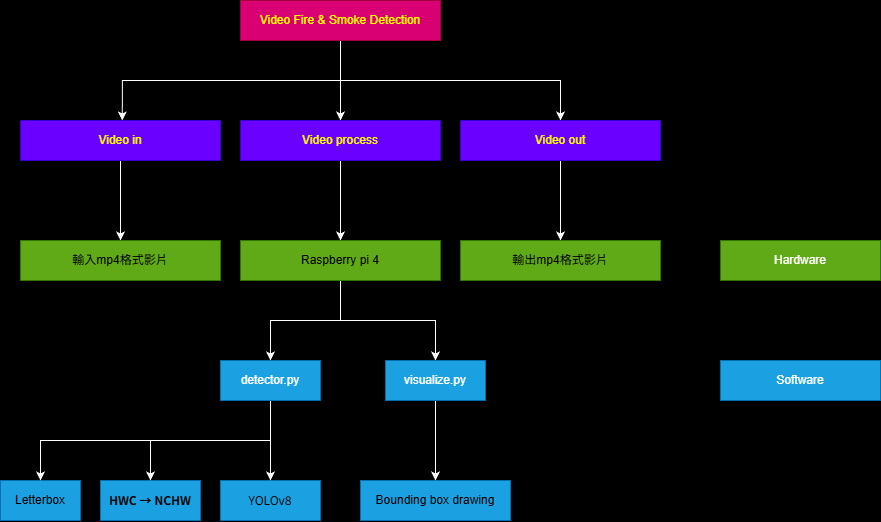
Above: 1/img/Breakdown.png in gordonpow/-Embedded-image-processing (draw.io), before the change. Source tidied: cells renumbered, new cells last; positions are measured from the earlier drawing's top-left corner, leaving out a move shared by most shapes. The source it was exported from:
```xml
<mxGraphModel background="#000000">
  <root>
    <mxCell id="0" />
    <mxCell id="1" parent="0" />
    <mxCell id="2" style="edgeStyle=orthogonalEdgeStyle;html=1;exitX=0.5;exitY=1;exitDx=0;exitDy=0;fontColor=#FFFFFF;strokeColor=#FFFFFF;rounded=0;" parent="1" edge="1" source="5" target="9">
      <mxGeometry relative="1" as="geometry" />
    </mxCell>
    <mxCell id="3" style="edgeStyle=orthogonalEdgeStyle;html=1;entryX=0.509;entryY=0.001;entryDx=0;entryDy=0;entryPerimeter=0;fontColor=#FFFFFF;strokeColor=#FFFFFF;rounded=0;" parent="1" edge="1" target="7">
      <mxGeometry relative="1" as="geometry">
        <mxPoint x="340" y="40" as="sourcePoint" />
        <Array as="points">
          <mxPoint x="340" y="80" />
          <mxPoint x="122" y="80" />
        </Array>
      </mxGeometry>
    </mxCell>
    <mxCell id="4" style="edgeStyle=orthogonalEdgeStyle;html=1;exitX=0.5;exitY=1;exitDx=0;exitDy=0;entryX=0.5;entryY=0;entryDx=0;entryDy=0;fontColor=#FFFFFF;strokeColor=#FFFFFF;rounded=0;" parent="1" edge="1" source="5" target="11">
      <mxGeometry relative="1" as="geometry" />
    </mxCell>
    <mxCell id="5" value="&lt;font color=&quot;#ffff00&quot;&gt;Video Fire &amp;amp; Smoke Detection&lt;/font&gt;" style="whiteSpace=wrap;fontColor=#ffffff;html=1;fillColor=#d80073;strokeColor=#A50040;" parent="1" vertex="1">
      <mxGeometry x="240" width="200" height="40" as="geometry" />
    </mxCell>
    <mxCell id="6" style="edgeStyle=orthogonalEdgeStyle;html=1;exitX=0.5;exitY=1;exitDx=0;exitDy=0;entryX=0.5;entryY=0;entryDx=0;entryDy=0;fontColor=#FFFFFF;strokeColor=#FFFFFF;rounded=0;" parent="1" edge="1" source="7" target="12">
      <mxGeometry relative="1" as="geometry" />
    </mxCell>
    <mxCell id="7" value="&lt;font color=&quot;#ffff00&quot;&gt;Video in&lt;br&gt;&lt;/font&gt;" style="whiteSpace=wrap;fontColor=#ffffff;html=1;fillColor=#6a00ff;strokeColor=#3700CC;" parent="1" vertex="1">
      <mxGeometry x="20" y="120" width="200" height="40" as="geometry" />
    </mxCell>
    <mxCell id="8" style="edgeStyle=orthogonalEdgeStyle;html=1;exitX=0.5;exitY=1;exitDx=0;exitDy=0;entryX=0.5;entryY=0;entryDx=0;entryDy=0;fontColor=#FFFFFF;strokeColor=#FFFFFF;rounded=0;" parent="1" edge="1" source="9" target="16">
      <mxGeometry relative="1" as="geometry" />
    </mxCell>
    <mxCell id="9" value="&lt;font color=&quot;#ffff00&quot;&gt;Video process&lt;br&gt;&lt;/font&gt;" style="whiteSpace=wrap;fontColor=#ffffff;html=1;fillColor=#6a00ff;strokeColor=#3700CC;" parent="1" vertex="1">
      <mxGeometry x="240" y="120" width="200" height="40" as="geometry" />
    </mxCell>
    <mxCell id="10" style="edgeStyle=orthogonalEdgeStyle;html=1;exitX=0.5;exitY=1;exitDx=0;exitDy=0;entryX=0.5;entryY=0;entryDx=0;entryDy=0;fontColor=#FFFFFF;strokeColor=#FFFFFF;rounded=0;" parent="1" edge="1" source="11" target="13">
      <mxGeometry relative="1" as="geometry" />
    </mxCell>
    <mxCell id="11" value="&lt;font color=&quot;#ffff00&quot;&gt;Video out&lt;/font&gt;" style="whiteSpace=wrap;fontColor=#ffffff;html=1;fillColor=#6a00ff;strokeColor=#3700CC;" parent="1" vertex="1">
      <mxGeometry x="460" y="120" width="200" height="40" as="geometry" />
    </mxCell>
    <mxCell id="12" value="&lt;font&gt;輸入mp4格式影片&lt;br&gt;&lt;/font&gt;" style="whiteSpace=wrap;fontColor=default;html=1;fillColor=#60a917;strokeColor=#2D7600;" parent="1" vertex="1">
      <mxGeometry x="20" y="240" width="200" height="40" as="geometry" />
    </mxCell>
    <mxCell id="13" value="&lt;font&gt;輸出mp4格式影片&lt;br&gt;&lt;/font&gt;" style="whiteSpace=wrap;fontColor=default;html=1;fillColor=#60a917;strokeColor=#2D7600;" parent="1" vertex="1">
      <mxGeometry x="460" y="240" width="200" height="40" as="geometry" />
    </mxCell>
    <mxCell id="14" style="edgeStyle=orthogonalEdgeStyle;html=1;exitX=0.5;exitY=1;exitDx=0;exitDy=0;entryX=0.5;entryY=0;entryDx=0;entryDy=0;fontSize=12;fontColor=#FFFFFF;strokeColor=#FFFFFF;rounded=0;" parent="1" edge="1" source="16" target="24">
      <mxGeometry relative="1" as="geometry" />
    </mxCell>
    <mxCell id="15" style="edgeStyle=orthogonalEdgeStyle;html=1;exitX=0.5;exitY=1;exitDx=0;exitDy=0;entryX=0.5;entryY=0;entryDx=0;entryDy=0;fontSize=12;fontColor=#FFFFFF;strokeColor=#FFFFFF;rounded=0;" parent="1" edge="1" source="16" target="26">
      <mxGeometry relative="1" as="geometry" />
    </mxCell>
    <mxCell id="16" value="Raspberry pi 4" style="whiteSpace=wrap;fontColor=default;html=1;fillColor=#60a917;strokeColor=#2D7600;" parent="1" vertex="1">
      <mxGeometry x="240" y="240" width="200" height="40" as="geometry" />
    </mxCell>
    <mxCell id="17" value="Letterbox" style="whiteSpace=wrap;html=1;labelBackgroundColor=none;fontColor=default;fillColor=#1ba1e2;strokeColor=#006EAF;fontSize=12;" parent="1" vertex="1">
      <mxGeometry y="480" width="80" height="40" as="geometry" />
    </mxCell>
    <mxCell id="18" value="&lt;span style=&quot;box-sizing: border-box; margin: 0px; padding: 0px; --tw-border-spacing-x: 0; --tw-border-spacing-y: 0; --tw-translate-x: 0; --tw-translate-y: 0; --tw-rotate: 0; --tw-skew-x: 0; --tw-skew-y: 0; --tw-scale-x: 1; --tw-scale-y: 1; --tw-pan-x: ; --tw-pan-y: ; --tw-pinch-zoom: ; --tw-scroll-snap-strictness: proximity; --tw-gradient-from-position: ; --tw-gradient-via-position: ; --tw-gradient-to-position: ; --tw-ordinal: ; --tw-slashed-zero: ; --tw-numeric-figure: ; --tw-numeric-spacing: ; --tw-numeric-fraction: ; --tw-ring-inset: ; --tw-ring-offset-width: 0px; --tw-ring-offset-color: #fff; --tw-ring-color: rgb(59 130 246 / 0.5); --tw-ring-offset-shadow: 0 0 #0000; --tw-ring-shadow: 0 0 #0000; --tw-shadow: 0 0 #0000; --tw-shadow-colored: 0 0 #0000; --tw-blur: ; --tw-brightness: ; --tw-contrast: ; --tw-grayscale: ; --tw-hue-rotate: ; --tw-invert: ; --tw-saturate: ; --tw-sepia: ; --tw-drop-shadow: ; --tw-backdrop-blur: ; --tw-backdrop-brightness: ; --tw-backdrop-contrast: ; --tw-backdrop-grayscale: ; --tw-backdrop-hue-rotate: ; --tw-backdrop-invert: ; --tw-backdrop-opacity: ; --tw-backdrop-saturate: ; --tw-backdrop-sepia: ; --tw-contain-size: ; --tw-contain-layout: ; --tw-contain-paint: ; --tw-contain-style: ; border-width: 0px; border-style: solid; border-color: rgb(229, 231, 235); font-weight: bolder; font-family: &amp;quot;Noto Sans TC&amp;quot;, sans-serif; text-align: start; font-size: 12px;&quot;&gt;&lt;font style=&quot;font-size: 12px;&quot;&gt;HWC → NCHW&lt;/font&gt;&lt;/span&gt;" style="whiteSpace=wrap;html=1;labelBackgroundColor=none;fontColor=default;fillColor=#1ba1e2;strokeColor=#006EAF;fontSize=12;" parent="1" vertex="1">
      <mxGeometry x="100" y="480" width="100" height="40" as="geometry" />
    </mxCell>
    <mxCell id="19" value="&lt;span style=&quot;font-family: &amp;quot;Noto Sans TC&amp;quot;, sans-serif; font-size: 12px; text-align: start;&quot;&gt;YOLOv8&lt;/span&gt;" style="whiteSpace=wrap;html=1;labelBackgroundColor=none;fontColor=default;fillColor=#1ba1e2;strokeColor=#006EAF;fontSize=12;" parent="1" vertex="1">
      <mxGeometry x="220" y="480" width="100" height="40" as="geometry" />
    </mxCell>
    <mxCell id="20" value="Bounding box drawing" style="whiteSpace=wrap;labelBackgroundColor=none;fontColor=default;align=center;verticalAlign=middle;html=1;fillColor=#1ba1e2;strokeColor=#006EAF;fontSize=12;" parent="1" vertex="1">
      <mxGeometry x="360" y="480" width="150" height="40" as="geometry" />
    </mxCell>
    <mxCell id="21" style="edgeStyle=orthogonalEdgeStyle;html=1;exitX=0.5;exitY=1;exitDx=0;exitDy=0;entryX=0.5;entryY=0;entryDx=0;entryDy=0;fontSize=12;fontColor=#FFFFFF;fillColor=#1ba1e2;strokeColor=#FFFFFF;rounded=0;" parent="1" edge="1" source="24" target="17">
      <mxGeometry relative="1" as="geometry" />
    </mxCell>
    <mxCell id="22" style="edgeStyle=orthogonalEdgeStyle;html=1;exitX=0.5;exitY=1;exitDx=0;exitDy=0;entryX=0.5;entryY=0;entryDx=0;entryDy=0;fontSize=12;fontColor=#FFFFFF;fillColor=#1ba1e2;strokeColor=#FFFFFF;rounded=0;" parent="1" edge="1" source="24" target="18">
      <mxGeometry relative="1" as="geometry" />
    </mxCell>
    <mxCell id="23" style="edgeStyle=orthogonalEdgeStyle;html=1;exitX=0.5;exitY=1;exitDx=0;exitDy=0;entryX=0.5;entryY=0;entryDx=0;entryDy=0;fontSize=12;fontColor=#FFFFFF;fillColor=#1ba1e2;strokeColor=#FFFFFF;rounded=0;" parent="1" edge="1" source="24" target="19">
      <mxGeometry relative="1" as="geometry" />
    </mxCell>
    <mxCell id="24" value="detector.py" style="whiteSpace=wrap;labelBackgroundColor=none;fontColor=#ffffff;fillColor=#1ba1e2;strokeColor=#006EAF;html=1;" parent="1" vertex="1">
      <mxGeometry x="220" y="360" width="100" height="40" as="geometry" />
    </mxCell>
    <mxCell id="25" style="edgeStyle=orthogonalEdgeStyle;html=1;exitX=0.5;exitY=1;exitDx=0;exitDy=0;entryX=0.5;entryY=0;entryDx=0;entryDy=0;fontSize=12;fontColor=#FFFFFF;fillColor=#1ba1e2;strokeColor=#FFFFFF;rounded=0;" parent="1" edge="1" source="26" target="20">
      <mxGeometry relative="1" as="geometry" />
    </mxCell>
    <mxCell id="26" value="visualize.py" style="whiteSpace=wrap;labelBackgroundColor=none;fontColor=#ffffff;fillColor=#1ba1e2;strokeColor=#006EAF;html=1;" parent="1" vertex="1">
      <mxGeometry x="385" y="360" width="100" height="40" as="geometry" />
    </mxCell>
    <mxCell id="27" value="Hardware" style="whiteSpace=wrap;html=1;labelBackgroundColor=none;fontSize=12;fontColor=#ffffff;fillColor=#60a917;strokeColor=#2D7600;" parent="1" vertex="1">
      <mxGeometry x="720" y="240" width="160" height="40" as="geometry" />
    </mxCell>
    <mxCell id="28" value="Software" style="whiteSpace=wrap;html=1;labelBackgroundColor=none;fontSize=12;fontColor=#ffffff;fillColor=#1ba1e2;strokeColor=#006EAF;" parent="1" vertex="1">
      <mxGeometry x="720" y="360" width="160" height="40" as="geometry" />
    </mxCell>
  </root>
</mxGraphModel>
```
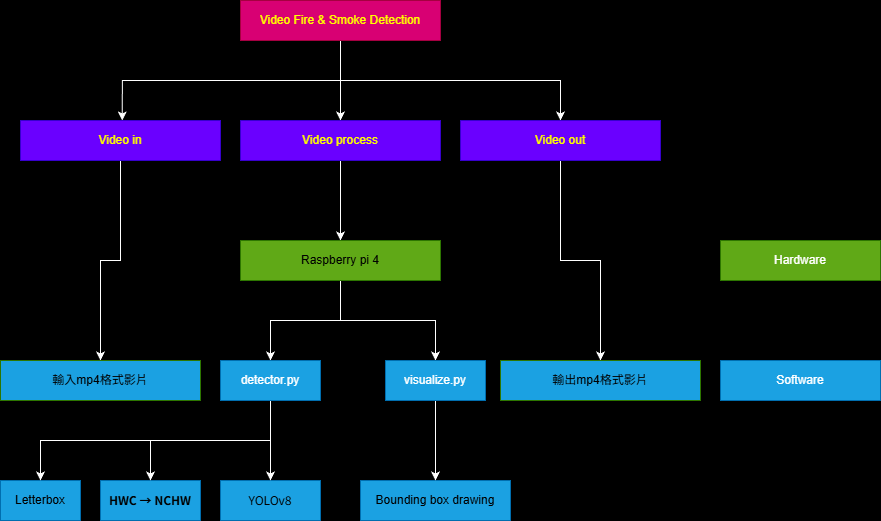
Later version of the same file.

Commit message:
docs : 新增how why

What changed in the source:
```diff
@@ -38,11 +38,11 @@
     <mxCell id="11" value="&lt;font color=&quot;#ffff00&quot;&gt;Video out&lt;/font&gt;" style="whiteSpace=wrap;fontColor=#ffffff;html=1;fillColor=#6a00ff;strokeColor=#3700CC;" parent="1" vertex="1">
       <mxGeometry x="460" y="120" width="200" height="40" as="geometry" />
     </mxCell>
-    <mxCell id="12" value="&lt;font&gt;輸入mp4格式影片&lt;br&gt;&lt;/font&gt;" style="whiteSpace=wrap;fontColor=default;html=1;fillColor=#60a917;strokeColor=#2D7600;" parent="1" vertex="1">
-      <mxGeometry x="20" y="240" width="200" height="40" as="geometry" />
+    <mxCell id="12" value="&lt;font&gt;輸入mp4格式影片&lt;br&gt;&lt;/font&gt;" style="whiteSpace=wrap;fontColor=default;html=1;fillColor=#1BA1E2;strokeColor=#2D7600;" parent="1" vertex="1">
+      <mxGeometry y="360" width="200" height="40" as="geometry" />
     </mxCell>
-    <mxCell id="13" value="&lt;font&gt;輸出mp4格式影片&lt;br&gt;&lt;/font&gt;" style="whiteSpace=wrap;fontColor=default;html=1;fillColor=#60a917;strokeColor=#2D7600;" parent="1" vertex="1">
-      <mxGeometry x="460" y="240" width="200" height="40" as="geometry" />
+    <mxCell id="13" value="&lt;font&gt;輸出mp4格式影片&lt;br&gt;&lt;/font&gt;" style="whiteSpace=wrap;fontColor=default;html=1;fillColor=#1BA1E2;strokeColor=#2D7600;" parent="1" vertex="1">
+      <mxGeometry x="500" y="360" width="200" height="40" as="geometry" />
     </mxCell>
     <mxCell id="14" style="edgeStyle=orthogonalEdgeStyle;html=1;exitX=0.5;exitY=1;exitDx=0;exitDy=0;entryX=0.5;entryY=0;entryDx=0;entryDy=0;fontSize=12;fontColor=#FFFFFF;strokeColor=#FFFFFF;rounded=0;" parent="1" edge="1" source="16" target="24">
       <mxGeometry relative="1" as="geometry" />
```
